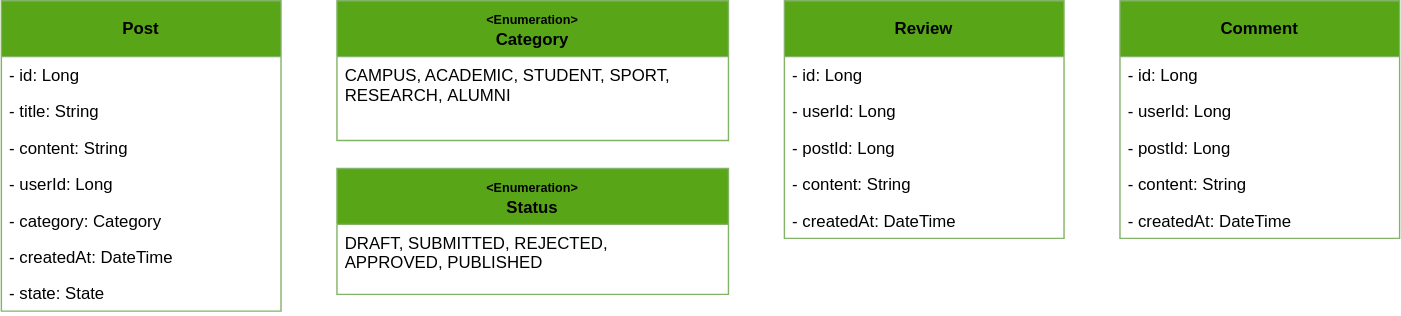
Before: architecture/entities.drawio.svg, a diagram exported from draw.io (pxlit-projects/project-Su-zenGeurtsPXL-1). Source tidied: cells renumbered, new cells last; positions are measured from the earlier drawing's top-left corner, leaving out a move shared by most shapes.
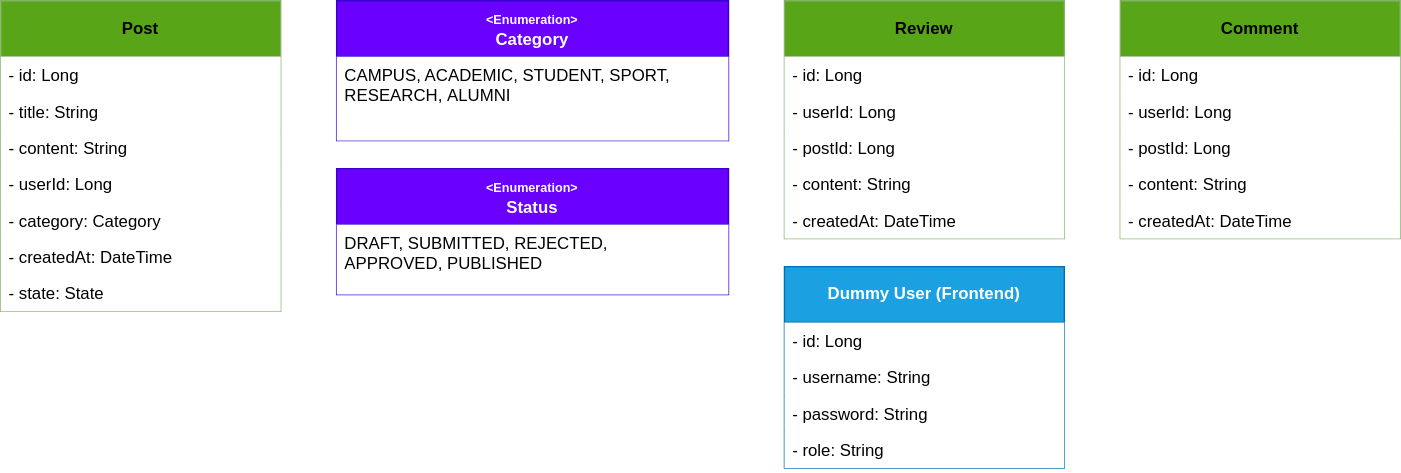
After the change.

Commit message:
[SETUP] #3 Updated entities

The edit, as a diff of the source:
```diff
@@ -5,74 +5,89 @@
     <mxCell id="2" value="&lt;b&gt;Post&lt;/b&gt;" style="swimlane;fontStyle=0;horizontal=1;startSize=40;whiteSpace=wrap;html=1;fillColor=#58a518;strokeColor=#82b366;" parent="1" vertex="1">
       <mxGeometry width="200" height="222" as="geometry" />
     </mxCell>
-    <mxCell id="3" value="- id: Long" style="text;align=left;verticalAlign=top;spacingLeft=4;spacingRight=4;overflow=hidden;whiteSpace=wrap;html=1;fillColor=none;" parent="2" vertex="1">
+    <mxCell id="3" value="- id: Long" style="text;align=left;verticalAlign=top;spacingLeft=4;spacingRight=4;overflow=hidden;whiteSpace=wrap;html=1;fillColor=default;" parent="2" vertex="1">
       <mxGeometry y="40" width="200" height="26" as="geometry" />
     </mxCell>
-    <mxCell id="4" value="- title: String" style="text;align=left;verticalAlign=top;spacingLeft=4;spacingRight=4;overflow=hidden;whiteSpace=wrap;html=1;fillColor=none;" parent="2" vertex="1">
+    <mxCell id="4" value="- title: String" style="text;align=left;verticalAlign=top;spacingLeft=4;spacingRight=4;overflow=hidden;whiteSpace=wrap;html=1;fillColor=default;" parent="2" vertex="1">
       <mxGeometry y="66" width="200" height="26" as="geometry" />
     </mxCell>
-    <mxCell id="5" value="- content: String" style="text;align=left;verticalAlign=top;spacingLeft=4;spacingRight=4;overflow=hidden;whiteSpace=wrap;html=1;fillColor=none;" parent="2" vertex="1">
+    <mxCell id="5" value="- content: String" style="text;align=left;verticalAlign=top;spacingLeft=4;spacingRight=4;overflow=hidden;whiteSpace=wrap;html=1;fillColor=default;" parent="2" vertex="1">
       <mxGeometry y="92" width="200" height="26" as="geometry" />
     </mxCell>
-    <mxCell id="6" value="- userId: Long" style="text;align=left;verticalAlign=top;spacingLeft=4;spacingRight=4;overflow=hidden;whiteSpace=wrap;html=1;fillColor=none;" parent="2" vertex="1">
+    <mxCell id="6" value="- userId: Long" style="text;align=left;verticalAlign=top;spacingLeft=4;spacingRight=4;overflow=hidden;whiteSpace=wrap;html=1;fillColor=default;" parent="2" vertex="1">
       <mxGeometry y="118" width="200" height="26" as="geometry" />
     </mxCell>
-    <mxCell id="7" value="- category: Category" style="text;align=left;verticalAlign=top;spacingLeft=4;spacingRight=4;overflow=hidden;whiteSpace=wrap;html=1;fillColor=none;" parent="2" vertex="1">
+    <mxCell id="7" value="- category: Category" style="text;align=left;verticalAlign=top;spacingLeft=4;spacingRight=4;overflow=hidden;whiteSpace=wrap;html=1;fillColor=default;" parent="2" vertex="1">
       <mxGeometry y="144" width="200" height="26" as="geometry" />
     </mxCell>
-    <mxCell id="8" value="- createdAt: DateTime" style="text;align=left;verticalAlign=top;spacingLeft=4;spacingRight=4;overflow=hidden;whiteSpace=wrap;html=1;fillColor=none;" parent="2" vertex="1">
+    <mxCell id="8" value="- createdAt: DateTime" style="text;align=left;verticalAlign=top;spacingLeft=4;spacingRight=4;overflow=hidden;whiteSpace=wrap;html=1;fillColor=default;" parent="2" vertex="1">
       <mxGeometry y="170" width="200" height="26" as="geometry" />
     </mxCell>
-    <mxCell id="9" value="- state: State" style="text;align=left;verticalAlign=top;spacingLeft=4;spacingRight=4;overflow=hidden;whiteSpace=wrap;html=1;fillColor=none;" parent="2" vertex="1">
+    <mxCell id="9" value="- state: State" style="text;align=left;verticalAlign=top;spacingLeft=4;spacingRight=4;overflow=hidden;whiteSpace=wrap;html=1;fillColor=default;" parent="2" vertex="1">
       <mxGeometry y="196" width="200" height="26" as="geometry" />
     </mxCell>
-    <mxCell id="10" value="&lt;div&gt;&lt;b&gt;&lt;font style=&quot;font-size: 9px;&quot;&gt;&amp;lt;Enumeration&amp;gt;&lt;/font&gt;&lt;/b&gt;&lt;/div&gt;&lt;b&gt;Category&lt;/b&gt;" style="swimlane;fontStyle=0;horizontal=1;startSize=40;whiteSpace=wrap;html=1;fillColor=#58A518;strokeColor=#82b366;" parent="1" vertex="1">
+    <mxCell id="10" value="&lt;div&gt;&lt;b&gt;&lt;font style=&quot;font-size: 9px;&quot;&gt;&amp;lt;Enumeration&amp;gt;&lt;/font&gt;&lt;/b&gt;&lt;/div&gt;&lt;b&gt;Category&lt;/b&gt;" style="swimlane;fontStyle=0;horizontal=1;startSize=40;whiteSpace=wrap;html=1;fillColor=#6a00ff;strokeColor=#3700CC;fontColor=#ffffff;" parent="1" vertex="1">
       <mxGeometry x="240" width="280" height="100" as="geometry" />
     </mxCell>
-    <mxCell id="11" value="CAMPUS, ACADEMIC,&amp;nbsp;STUDENT,&amp;nbsp;SPORT,&lt;br&gt;RESEARCH,&amp;nbsp;&lt;span style=&quot;background-color: initial;&quot;&gt;ALUMNI&lt;/span&gt;" style="text;align=left;verticalAlign=top;spacingLeft=4;spacingRight=4;overflow=hidden;whiteSpace=wrap;html=1;fillColor=none;" parent="10" vertex="1">
+    <mxCell id="11" value="CAMPUS, ACADEMIC,&amp;nbsp;STUDENT,&amp;nbsp;SPORT,&lt;br&gt;RESEARCH,&amp;nbsp;&lt;span style=&quot;background-color: initial;&quot;&gt;ALUMNI&lt;/span&gt;" style="text;align=left;verticalAlign=top;spacingLeft=4;spacingRight=4;overflow=hidden;whiteSpace=wrap;html=1;fillColor=default;" parent="10" vertex="1">
       <mxGeometry y="40" width="280" height="60" as="geometry" />
     </mxCell>
     <mxCell id="12" value="&lt;b&gt;Review&lt;/b&gt;" style="swimlane;fontStyle=0;horizontal=1;startSize=40;whiteSpace=wrap;html=1;fillColor=#58A518;strokeColor=#82b366;" parent="1" vertex="1">
       <mxGeometry x="560" width="200" height="170" as="geometry" />
     </mxCell>
-    <mxCell id="13" value="- id: Long" style="text;align=left;verticalAlign=top;spacingLeft=4;spacingRight=4;overflow=hidden;whiteSpace=wrap;html=1;fillColor=none;" parent="12" vertex="1">
+    <mxCell id="13" value="- id: Long" style="text;align=left;verticalAlign=top;spacingLeft=4;spacingRight=4;overflow=hidden;whiteSpace=wrap;html=1;fillColor=default;" parent="12" vertex="1">
       <mxGeometry y="40" width="200" height="26" as="geometry" />
     </mxCell>
-    <mxCell id="14" value="- userId: Long" style="text;align=left;verticalAlign=top;spacingLeft=4;spacingRight=4;overflow=hidden;whiteSpace=wrap;html=1;fillColor=none;" parent="12" vertex="1">
+    <mxCell id="14" value="- userId: Long" style="text;align=left;verticalAlign=top;spacingLeft=4;spacingRight=4;overflow=hidden;whiteSpace=wrap;html=1;fillColor=default;" parent="12" vertex="1">
       <mxGeometry y="66" width="200" height="26" as="geometry" />
     </mxCell>
-    <mxCell id="15" value="- postId: Long" style="text;align=left;verticalAlign=top;spacingLeft=4;spacingRight=4;overflow=hidden;whiteSpace=wrap;html=1;fillColor=none;" parent="12" vertex="1">
+    <mxCell id="15" value="- postId: Long" style="text;align=left;verticalAlign=top;spacingLeft=4;spacingRight=4;overflow=hidden;whiteSpace=wrap;html=1;fillColor=default;" parent="12" vertex="1">
       <mxGeometry y="92" width="200" height="26" as="geometry" />
     </mxCell>
-    <mxCell id="16" value="- content: String" style="text;align=left;verticalAlign=top;spacingLeft=4;spacingRight=4;overflow=hidden;whiteSpace=wrap;html=1;fillColor=none;" parent="12" vertex="1">
+    <mxCell id="16" value="- content: String" style="text;align=left;verticalAlign=top;spacingLeft=4;spacingRight=4;overflow=hidden;whiteSpace=wrap;html=1;fillColor=default;" parent="12" vertex="1">
       <mxGeometry y="118" width="200" height="26" as="geometry" />
     </mxCell>
-    <mxCell id="17" value="- createdAt: DateTime" style="text;align=left;verticalAlign=top;spacingLeft=4;spacingRight=4;overflow=hidden;whiteSpace=wrap;html=1;fillColor=none;" parent="12" vertex="1">
+    <mxCell id="17" value="- createdAt: DateTime" style="text;align=left;verticalAlign=top;spacingLeft=4;spacingRight=4;overflow=hidden;whiteSpace=wrap;html=1;fillColor=default;" parent="12" vertex="1">
       <mxGeometry y="144" width="200" height="26" as="geometry" />
     </mxCell>
     <mxCell id="18" value="&lt;b&gt;Comment&lt;/b&gt;" style="swimlane;fontStyle=0;horizontal=1;startSize=40;whiteSpace=wrap;html=1;fillColor=#58A518;strokeColor=#82b366;" parent="1" vertex="1">
       <mxGeometry x="800" width="200" height="170" as="geometry" />
     </mxCell>
-    <mxCell id="19" value="- id: Long" style="text;align=left;verticalAlign=top;spacingLeft=4;spacingRight=4;overflow=hidden;whiteSpace=wrap;html=1;fillColor=none;" parent="18" vertex="1">
+    <mxCell id="19" value="- id: Long" style="text;align=left;verticalAlign=top;spacingLeft=4;spacingRight=4;overflow=hidden;whiteSpace=wrap;html=1;fillColor=default;" parent="18" vertex="1">
       <mxGeometry y="40" width="200" height="26" as="geometry" />
     </mxCell>
-    <mxCell id="20" value="- userId: Long" style="text;align=left;verticalAlign=top;spacingLeft=4;spacingRight=4;overflow=hidden;whiteSpace=wrap;html=1;fillColor=none;" parent="18" vertex="1">
+    <mxCell id="20" value="- userId: Long" style="text;align=left;verticalAlign=top;spacingLeft=4;spacingRight=4;overflow=hidden;whiteSpace=wrap;html=1;fillColor=default;" parent="18" vertex="1">
       <mxGeometry y="66" width="200" height="26" as="geometry" />
     </mxCell>
-    <mxCell id="21" value="- postId: Long" style="text;align=left;verticalAlign=top;spacingLeft=4;spacingRight=4;overflow=hidden;whiteSpace=wrap;html=1;fillColor=none;" parent="18" vertex="1">
+    <mxCell id="21" value="- postId: Long" style="text;align=left;verticalAlign=top;spacingLeft=4;spacingRight=4;overflow=hidden;whiteSpace=wrap;html=1;fillColor=default;" parent="18" vertex="1">
       <mxGeometry y="92" width="200" height="26" as="geometry" />
     </mxCell>
-    <mxCell id="22" value="- content: String" style="text;align=left;verticalAlign=top;spacingLeft=4;spacingRight=4;overflow=hidden;whiteSpace=wrap;html=1;fillColor=none;" parent="18" vertex="1">
+    <mxCell id="22" value="- content: String" style="text;align=left;verticalAlign=top;spacingLeft=4;spacingRight=4;overflow=hidden;whiteSpace=wrap;html=1;fillColor=default;" parent="18" vertex="1">
       <mxGeometry y="118" width="200" height="26" as="geometry" />
     </mxCell>
-    <mxCell id="23" value="- createdAt: DateTime" style="text;align=left;verticalAlign=top;spacingLeft=4;spacingRight=4;overflow=hidden;whiteSpace=wrap;html=1;fillColor=none;" parent="18" vertex="1">
+    <mxCell id="23" value="- createdAt: DateTime" style="text;align=left;verticalAlign=top;spacingLeft=4;spacingRight=4;overflow=hidden;whiteSpace=wrap;html=1;fillColor=default;" parent="18" vertex="1">
       <mxGeometry y="144" width="200" height="26" as="geometry" />
     </mxCell>
-    <mxCell id="24" value="&lt;div&gt;&lt;b&gt;&lt;font style=&quot;font-size: 9px;&quot;&gt;&amp;lt;Enumeration&amp;gt;&lt;/font&gt;&lt;/b&gt;&lt;/div&gt;&lt;b&gt;Status&lt;/b&gt;" style="swimlane;fontStyle=0;horizontal=1;startSize=40;whiteSpace=wrap;html=1;fillColor=#58A518;strokeColor=#82b366;" parent="1" vertex="1">
+    <mxCell id="24" value="&lt;div&gt;&lt;b&gt;&lt;font style=&quot;font-size: 9px;&quot;&gt;&amp;lt;Enumeration&amp;gt;&lt;/font&gt;&lt;/b&gt;&lt;/div&gt;&lt;b&gt;Status&lt;/b&gt;" style="swimlane;fontStyle=0;horizontal=1;startSize=40;whiteSpace=wrap;html=1;fillColor=#6a00ff;strokeColor=#3700CC;fontColor=#ffffff;" parent="1" vertex="1">
       <mxGeometry x="240" y="120" width="280" height="90" as="geometry" />
     </mxCell>
-    <mxCell id="25" value="DRAFT, SUBMITTED,&amp;nbsp;&lt;span style=&quot;background-color: initial;&quot;&gt;REJECTED,&amp;nbsp;&lt;/span&gt;&lt;div&gt;&lt;span style=&quot;background-color: initial;&quot;&gt;APPROVED,&amp;nbsp;&lt;/span&gt;&lt;span style=&quot;background-color: initial;&quot;&gt;PUBLISHED&lt;/span&gt;&lt;/div&gt;" style="text;align=left;verticalAlign=top;spacingLeft=4;spacingRight=4;overflow=hidden;whiteSpace=wrap;html=1;fillColor=none;" parent="24" vertex="1">
+    <mxCell id="25" value="DRAFT, SUBMITTED,&amp;nbsp;&lt;span style=&quot;background-color: initial;&quot;&gt;REJECTED,&amp;nbsp;&lt;/span&gt;&lt;div&gt;&lt;span style=&quot;background-color: initial;&quot;&gt;APPROVED,&amp;nbsp;&lt;/span&gt;&lt;span style=&quot;background-color: initial;&quot;&gt;PUBLISHED&lt;/span&gt;&lt;/div&gt;" style="text;align=left;verticalAlign=top;spacingLeft=4;spacingRight=4;overflow=hidden;whiteSpace=wrap;html=1;fillColor=default;" parent="24" vertex="1">
       <mxGeometry y="40" width="280" height="50" as="geometry" />
     </mxCell>
+    <mxCell id="26" value="&lt;b&gt;Dummy User (Frontend)&lt;/b&gt;" style="swimlane;fontStyle=0;horizontal=1;startSize=40;whiteSpace=wrap;html=1;fillColor=#1ba1e2;strokeColor=#006EAF;fontColor=#ffffff;" parent="1" vertex="1">
+      <mxGeometry x="560" y="190" width="200" height="144" as="geometry" />
+    </mxCell>
+    <mxCell id="27" value="- id: Long" style="text;align=left;verticalAlign=top;spacingLeft=4;spacingRight=4;overflow=hidden;whiteSpace=wrap;html=1;fillColor=default;" parent="26" vertex="1">
+      <mxGeometry y="40" width="200" height="26" as="geometry" />
+    </mxCell>
+    <mxCell id="28" value="- username: String" style="text;align=left;verticalAlign=top;spacingLeft=4;spacingRight=4;overflow=hidden;whiteSpace=wrap;html=1;fillColor=default;" parent="26" vertex="1">
+      <mxGeometry y="66" width="200" height="26" as="geometry" />
+    </mxCell>
+    <mxCell id="29" value="- password: String" style="text;align=left;verticalAlign=top;spacingLeft=4;spacingRight=4;overflow=hidden;whiteSpace=wrap;html=1;fillColor=default;" parent="26" vertex="1">
+      <mxGeometry y="92" width="200" height="26" as="geometry" />
+    </mxCell>
+    <mxCell id="30" value="- role: String" style="text;align=left;verticalAlign=top;spacingLeft=4;spacingRight=4;overflow=hidden;whiteSpace=wrap;html=1;fillColor=default;" parent="26" vertex="1">
+      <mxGeometry y="118" width="200" height="26" as="geometry" />
+    </mxCell>
   </root>
 </mxGraphModel>
```
